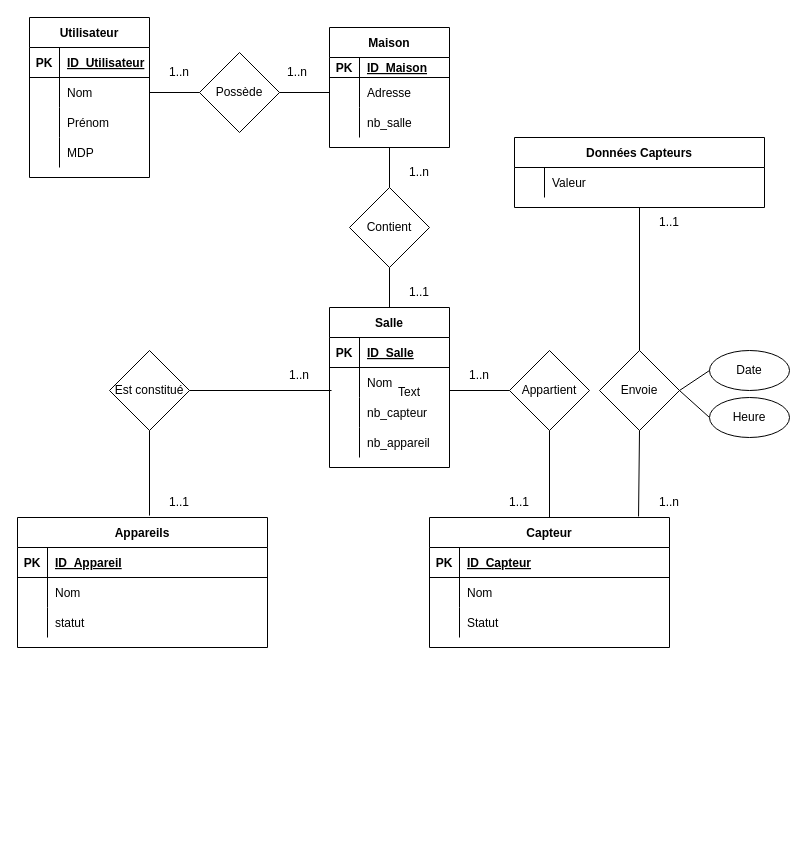
Elias-djebbour/SmartPhome keeps this draw.io diagram as Diagramme sans nom.drawio. Above is the earlier version. Source tidied: cells renumbered, new cells numbered last; positions are measured from the earlier drawing's top-left corner, leaving out a move shared by most shapes. Both pictures are drawn from the tidied source at 100%, with x=0, y=0 at pixel (17, 17).
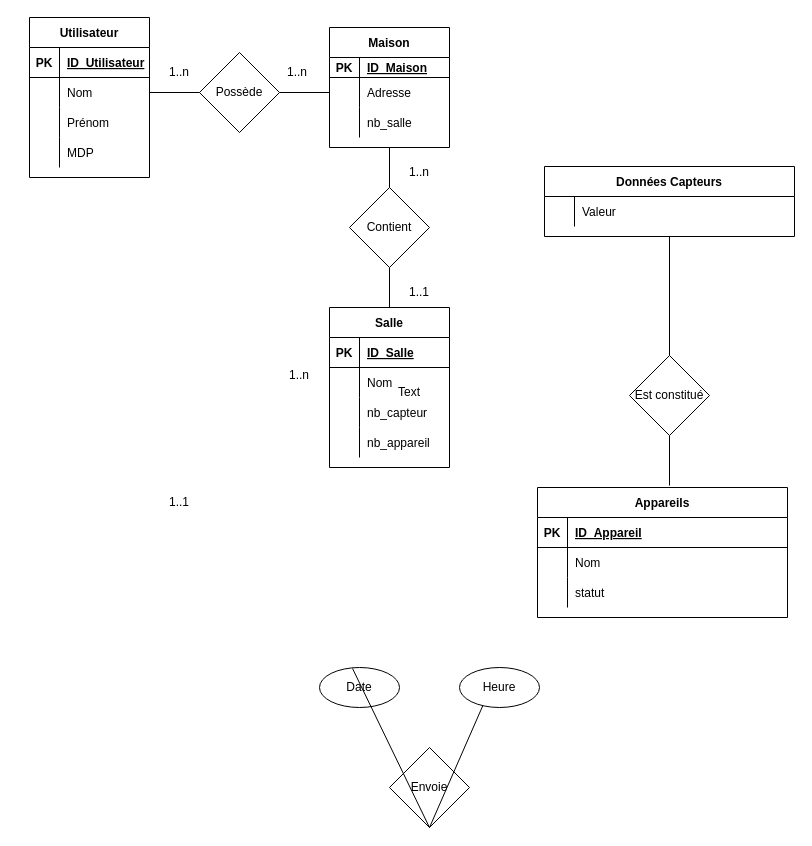
After the change.

Commit message (it also covers changes not shown here):
Mettre à jour Diagramme sans nom.drawio

The change refers to these unchanged cells:
```xml
<mxCell id="50" style="shape=partialRectangle;fillColor=none;points=[[0,0.5],[1,0.5]];portConstraint=eastwest;top=0;left=0;right=0;bottom=0;" parent="46" vertex="1">
  <mxGeometry y="60" width="120" height="30" as="geometry" />
</mxCell>
```

The edit, as a diff of the source:
```diff
@@
     <mxCell id="2" value="Appareils" style="shape=table;startSize=30;childLayout=tableLayout;rowLines=0;fontStyle=1;align=center;" parent="1" vertex="1">
-      <mxGeometry y="500" width="250" height="130" as="geometry" />
+      <mxGeometry x="520" y="470" width="250" height="130" as="geometry" />
     </mxCell>
@@
-    <mxCell id="12" value="Capteur" style="shape=table;startSize=30;childLayout=tableLayout;rowLines=0;fontStyle=1;align=center;" parent="1" vertex="1">
-      <mxGeometry x="412" y="500" width="240" height="130" as="geometry" />
-    </mxCell>
-    <mxCell id="13" style="shape=partialRectangle;fillColor=none;top=0;left=0;right=0;bottom=1;" parent="12" vertex="1">
-      <mxGeometry y="30" width="240" height="30" as="geometry" />
-    </mxCell>
-    <mxCell id="14" value="PK" style="shape=partialRectangle;overflow=hidden;fillColor=none;top=0;left=0;bottom=0;right=0;fontStyle=1;" parent="13" vertex="1">
-      <mxGeometry width="30" height="30" as="geometry" />
-    </mxCell>
-    <mxCell id="15" value="ID_Capteur" style="shape=partialRectangle;overflow=hidden;fillColor=none;top=0;left=0;bottom=0;right=0;align=left;spacingLeft=6;fontStyle=5;" parent="13" vertex="1">
-      <mxGeometry x="30" width="210" height="30" as="geometry" />
-    </mxCell>
-    <mxCell id="16" style="shape=partialRectangle;fillColor=none;top=0;left=0;right=0;bottom=0;" parent="12" vertex="1">
-      <mxGeometry y="60" width="240" height="30" as="geometry" />
-    </mxCell>
-    <mxCell id="17" style="shape=partialRectangle;overflow=hidden;fillColor=none;top=0;left=0;bottom=0;right=0;" parent="16" vertex="1">
-      <mxGeometry width="30" height="30" as="geometry" />
-    </mxCell>
-    <mxCell id="18" value="Nom" style="shape=partialRectangle;overflow=hidden;fillColor=none;top=0;left=0;bottom=0;right=0;align=left;spacingLeft=6;" parent="16" vertex="1">
-      <mxGeometry x="30" width="210" height="30" as="geometry" />
-    </mxCell>
-    <mxCell id="19" style="shape=partialRectangle;fillColor=none;top=0;left=0;right=0;bottom=0;" parent="12" vertex="1">
-      <mxGeometry y="90" width="240" height="30" as="geometry" />
-    </mxCell>
-    <mxCell id="20" style="shape=partialRectangle;overflow=hidden;fillColor=none;top=0;left=0;bottom=0;right=0;" parent="19" vertex="1">
-      <mxGeometry width="30" height="30" as="geometry" />
-    </mxCell>
-    <mxCell id="21" value="Statut" style="shape=partialRectangle;overflow=hidden;fillColor=none;top=0;left=0;bottom=0;right=0;align=left;spacingLeft=6;" parent="19" vertex="1">
-      <mxGeometry x="30" width="210" height="30" as="geometry" />
-    </mxCell>
@@
     <mxCell id="64" value="Est constitué" style="rhombus;whiteSpace=wrap;html=1;" parent="1" vertex="1">
-      <mxGeometry x="92" y="333" width="80" height="80" as="geometry" />
+      <mxGeometry x="612" y="338" width="80" height="80" as="geometry" />
     </mxCell>
-    <mxCell id="65" style="endArrow=none;html=1;rounded=0;entryX=0.017;entryY=0.767;entryDx=0;entryDy=0;entryPerimeter=0;exitX=1;exitY=0.5;exitDx=0;exitDy=0;" parent="1" edge="1" source="64" target="50">
-      <mxGeometry relative="1" as="geometry" />
-    </mxCell>
@@
-    <mxCell id="67" value="Appartient" style="rhombus;whiteSpace=wrap;html=1;" parent="1" vertex="1">
-      <mxGeometry x="492" y="333" width="80" height="80" as="geometry" />
-    </mxCell>
-    <mxCell id="68" style="endArrow=none;html=1;rounded=0;exitX=0.5;exitY=0;exitDx=0;exitDy=0;entryX=0.5;entryY=1;entryDx=0;entryDy=0;" parent="1" edge="1" source="12" target="67">
-      <mxGeometry relative="1" as="geometry" />
-    </mxCell>
-    <mxCell id="69" style="endArrow=none;html=1;rounded=0;entryX=0;entryY=0.5;entryDx=0;entryDy=0;" parent="1" edge="1" target="67">
-      <mxGeometry relative="1" as="geometry">
-        <mxPoint x="432" y="373" as="sourcePoint" />
-      </mxGeometry>
-    </mxCell>
     <mxCell id="70" value="Envoie" style="rhombus;whiteSpace=wrap;html=1;" parent="1" vertex="1">
-      <mxGeometry x="582" y="333" width="80" height="80" as="geometry" />
+      <mxGeometry x="372" y="730" width="80" height="80" as="geometry" />
     </mxCell>
-    <mxCell id="71" style="endArrow=none;html=1;rounded=0;entryX=0.5;entryY=1;entryDx=0;entryDy=0;exitX=0.871;exitY=-0.008;exitDx=0;exitDy=0;exitPerimeter=0;" parent="1" edge="1" source="12" target="70">
-      <mxGeometry relative="1" as="geometry" />
-    </mxCell>
     <mxCell id="72" value="Données Capteurs" style="shape=table;startSize=30;childLayout=tableLayout;rowLines=0;fontStyle=1;align=center;" parent="1" vertex="1">
-      <mxGeometry x="497" y="120" width="250" height="70" as="geometry" />
+      <mxGeometry x="527" y="149" width="250" height="70" as="geometry" />
     </mxCell>
@@
-    <mxCell id="76" style="endArrow=none;html=1;rounded=0;exitX=0.5;exitY=0;exitDx=0;exitDy=0;entryX=0.5;entryY=1;entryDx=0;entryDy=0;" parent="1" edge="1" source="70" target="72">
-      <mxGeometry relative="1" as="geometry" />
-    </mxCell>
     <mxCell id="77" value="Date" style="ellipse;whiteSpace=wrap;html=1;" parent="1" vertex="1">
-      <mxGeometry x="692" y="333" width="80" height="40" as="geometry" />
+      <mxGeometry x="302" y="650" width="80" height="40" as="geometry" />
     </mxCell>
-    <mxCell id="78" style="endArrow=none;html=1;rounded=0;exitX=1;exitY=0.5;exitDx=0;exitDy=0;entryX=0;entryY=0.5;entryDx=0;entryDy=0;" parent="1" edge="1" source="70" target="77">
+    <mxCell id="78" style="endArrow=none;html=1;rounded=0;exitX=0.5;exitY=1;exitDx=0;exitDy=0;entryX=0.413;entryY=0.025;entryDx=0;entryDy=0;entryPerimeter=0;" parent="1" edge="1" source="70" target="77">
       <mxGeometry relative="1" as="geometry" />
     </mxCell>
-    <mxCell id="79" style="endArrow=none;html=1;rounded=0;exitX=1;exitY=0.5;exitDx=0;exitDy=0;entryX=0;entryY=0.5;entryDx=0;entryDy=0;" parent="1" edge="1" source="70" target="80">
+    <mxCell id="79" style="endArrow=none;html=1;rounded=0;exitX=0.5;exitY=1;exitDx=0;exitDy=0;entryX=0.5;entryY=0;entryDx=0;entryDy=0;" parent="1" edge="1" source="70" target="80">
       <mxGeometry relative="1" as="geometry" />
     </mxCell>
     <mxCell id="80" value="Heure" style="ellipse;whiteSpace=wrap;html=1;" parent="1" vertex="1">
-      <mxGeometry x="692" y="380" width="80" height="40" as="geometry" />
+      <mxGeometry x="442" y="650" width="80" height="40" as="geometry" />
     </mxCell>
@@
-    <mxCell id="88" value="1..1" style="text;html=1;strokeColor=none;fillColor=none;align=center;verticalAlign=middle;whiteSpace=wrap;rounded=0;" parent="1" vertex="1">
-      <mxGeometry x="472" y="470" width="60" height="30" as="geometry" />
-    </mxCell>
-    <mxCell id="89" value="1..n" style="text;html=1;strokeColor=none;fillColor=none;align=center;verticalAlign=middle;whiteSpace=wrap;rounded=0;" parent="1" vertex="1">
-      <mxGeometry x="432" y="343" width="60" height="30" as="geometry" />
-    </mxCell>
-    <mxCell id="90" value="1..n" style="text;html=1;strokeColor=none;fillColor=none;align=center;verticalAlign=middle;whiteSpace=wrap;rounded=0;" parent="1" vertex="1">
-      <mxGeometry x="622" y="470" width="60" height="30" as="geometry" />
-    </mxCell>
-    <mxCell id="91" value="1..1" style="text;html=1;strokeColor=none;fillColor=none;align=center;verticalAlign=middle;whiteSpace=wrap;rounded=0;" parent="1" vertex="1">
-      <mxGeometry x="622" y="190" width="60" height="30" as="geometry" />
-    </mxCell>
+    <mxCell id="92" style="endArrow=none;html=1;rounded=0;exitX=0.5;exitY=0;exitDx=0;exitDy=0;entryX=0.5;entryY=1;entryDx=0;entryDy=0;" parent="1" edge="1" source="64" target="72">
+      <mxGeometry relative="1" as="geometry" />
+    </mxCell>
```
